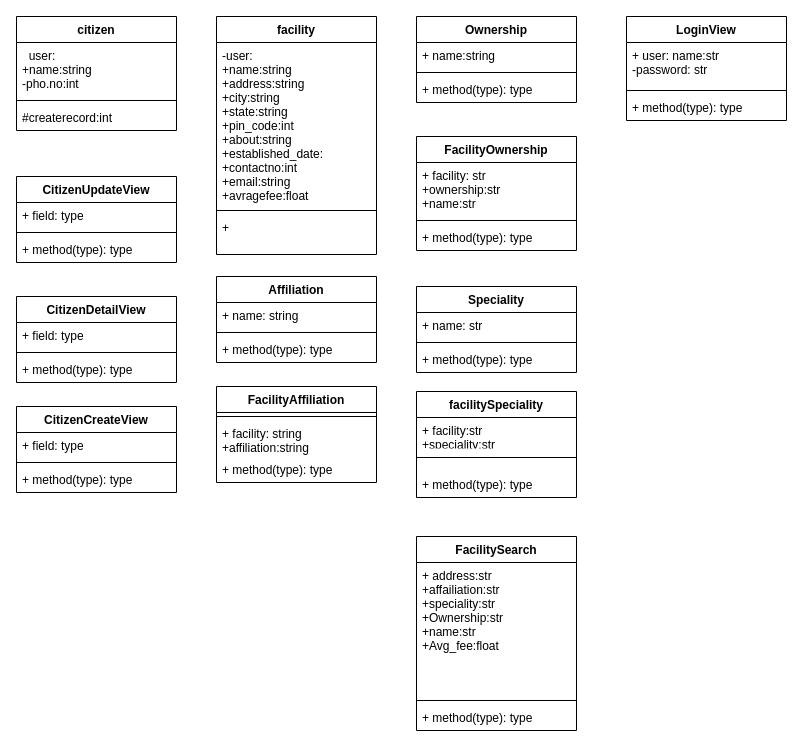
Above: Untitled Diagram.drawio in thakarpriyam30/thakarpriyam30 (draw.io), before the change. Source tidied: cells renumbered, new cells numbered last; positions are measured from the earlier drawing's top-left corner, leaving out a move shared by most shapes. Both pictures are drawn from the tidied source at 100%, with x=0, y=0 at pixel (16, 16).
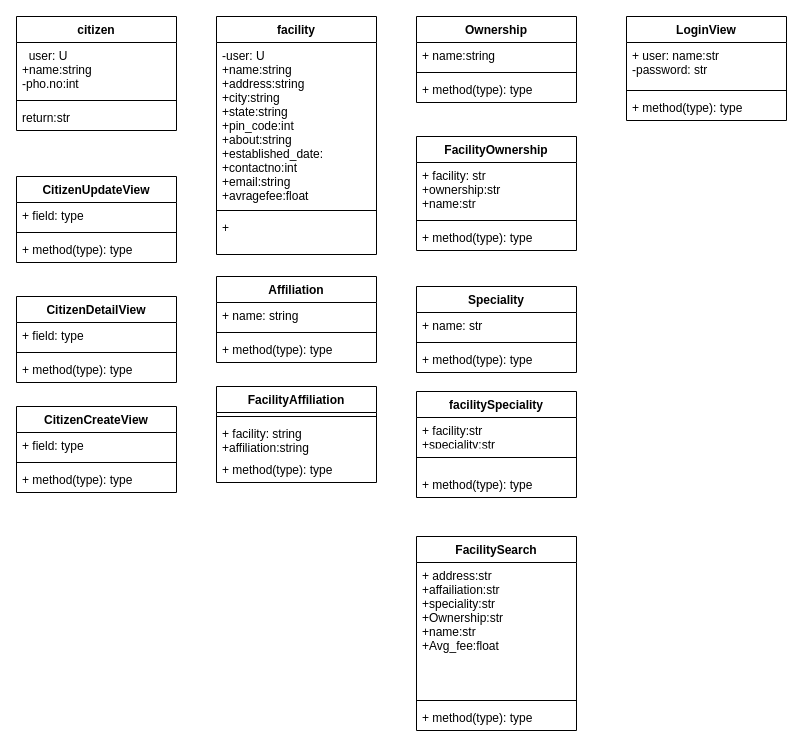
The same page after the edit.

Unchanged cells that the change refers to:
```xml
<mxCell id="2" value="citizen" style="swimlane;fontStyle=1;align=center;verticalAlign=top;horizontal=1;startSize=26;" parent="1" vertex="1">
  <mxGeometry width="160" height="114" as="geometry" />
</mxCell>
<mxCell id="18" value="facility" style="swimlane;fontStyle=1;align=center;verticalAlign=top;horizontal=1;startSize=26;" parent="1" vertex="1">
  <mxGeometry x="200" width="160" height="238" as="geometry" />
</mxCell>
```

Change to the diagram source:
```diff
@@
-    <mxCell id="3" value="  user: &#10;+name:string&#10;-pho.no:int" style="text;strokeColor=none;fillColor=none;align=left;verticalAlign=top;spacingLeft=4;spacingRight=4;overflow=hidden;" parent="2" vertex="1">
+    <mxCell id="3" value="  user: U&#10;+name:string&#10;-pho.no:int" style="text;strokeColor=none;fillColor=none;align=left;verticalAlign=top;spacingLeft=4;spacingRight=4;overflow=hidden;" parent="2" vertex="1">
       <mxGeometry y="26" width="160" height="54" as="geometry" />
     </mxCell>
@@
-    <mxCell id="5" value="#createrecord:int" style="text;strokeColor=none;fillColor=none;align=left;verticalAlign=top;spacingLeft=4;spacingRight=4;overflow=hidden;" parent="2" vertex="1">
+    <mxCell id="5" value="return:str" style="text;strokeColor=none;fillColor=none;align=left;verticalAlign=top;spacingLeft=4;spacingRight=4;overflow=hidden;" parent="2" vertex="1">
       <mxGeometry y="88" width="160" height="26" as="geometry" />
     </mxCell>
@@
-    <mxCell id="19" value="-user:&#10;+name:string&#10;+address:string&#10;+city:string&#10;+state:string&#10;+pin_code:int&#10;+about:string&#10;+established_date:&#10;+contactno:int&#10;+email:string&#10;+avragefee:float" style="text;strokeColor=none;fillColor=none;align=left;verticalAlign=top;spacingLeft=4;spacingRight=4;overflow=hidden;" parent="18" vertex="1">
+    <mxCell id="19" value="-user: U&#10;+name:string&#10;+address:string&#10;+city:string&#10;+state:string&#10;+pin_code:int&#10;+about:string&#10;+established_date:&#10;+contactno:int&#10;+email:string&#10;+avragefee:float" style="text;strokeColor=none;fillColor=none;align=left;verticalAlign=top;spacingLeft=4;spacingRight=4;overflow=hidden;" parent="18" vertex="1">
       <mxGeometry y="26" width="160" height="164" as="geometry" />
     </mxCell>
```
